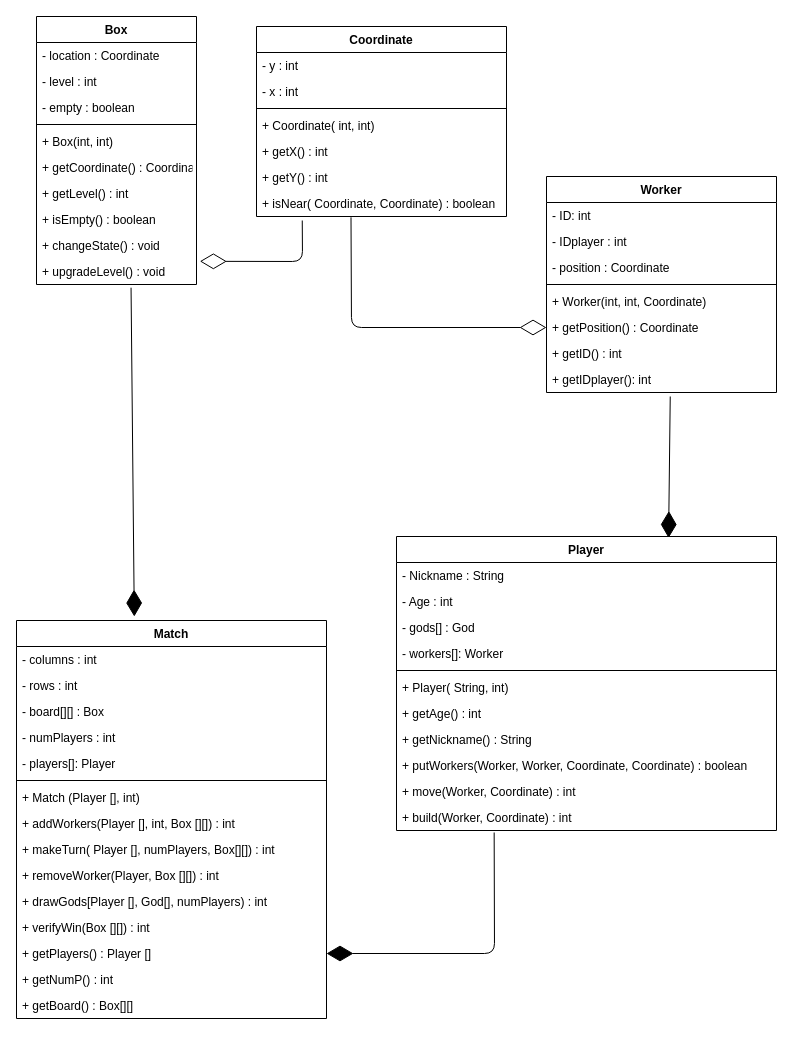
This is UMLproject.drawio from MancoCarlo/MultiplayerGame_Santorini, a draw.io file, before an edit. Source tidied: cells renumbered, new cells numbered last; positions are measured from the earlier drawing's top-left corner, leaving out a move shared by most shapes. Both pictures are drawn from the tidied source at 100%, with x=0, y=0 at pixel (16, 16).
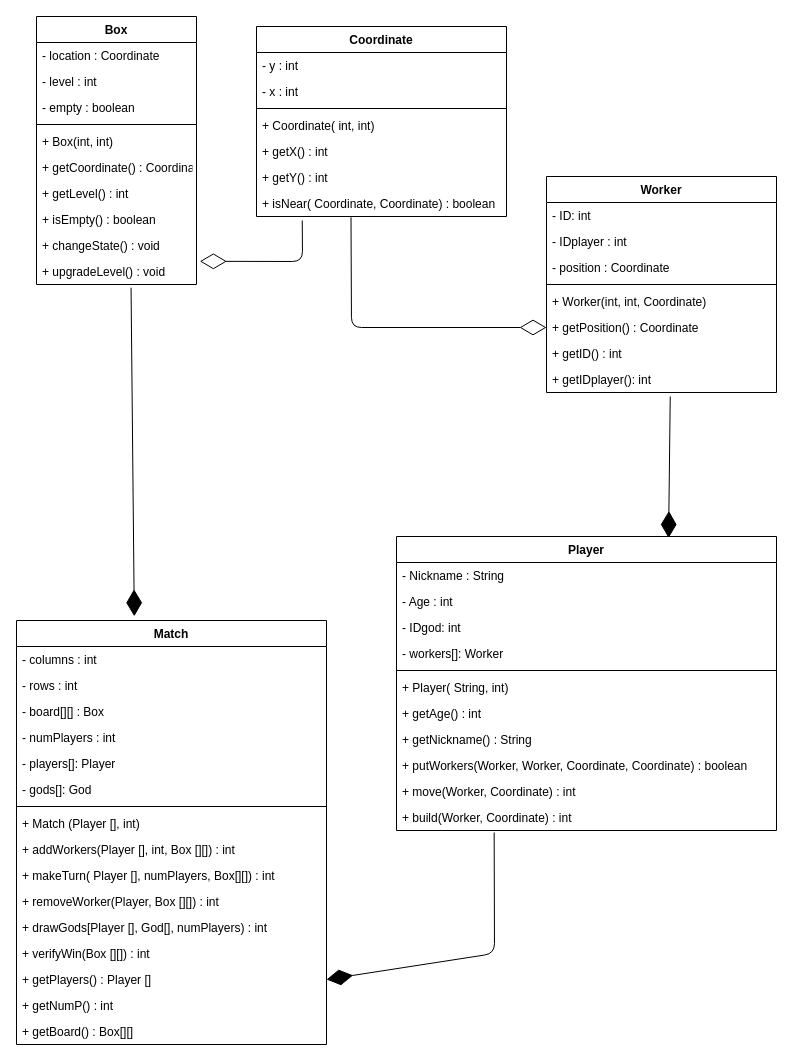
After the change.

Commit message:
Update UML model

Unchanged cells that the change refers to:
```xml
<mxCell id="51" value="Player" style="swimlane;fontStyle=1;align=center;verticalAlign=top;horizontal=1;startSize=26;fillColor=none;" parent="1" vertex="1">
  <mxGeometry x="380" y="520" width="380" height="294" as="geometry" />
</mxCell>
```

What changed in the source:
```diff
@@
     <mxCell id="35" value="Match" style="swimlane;fontStyle=1;align=center;verticalAlign=top;horizontal=1;startSize=26;fillColor=none;" parent="1" vertex="1">
-      <mxGeometry y="604" width="310" height="398" as="geometry" />
+      <mxGeometry y="604" width="310" height="424" as="geometry" />
     </mxCell>
@@
+    <mxCell id="63" value="- gods[]: God" style="text;strokeColor=none;fillColor=none;align=left;verticalAlign=top;spacingLeft=4;spacingRight=4;overflow=hidden;" parent="35" vertex="1">
+      <mxGeometry y="156" width="310" height="26" as="geometry" />
+    </mxCell>
     <mxCell id="41" style="line;strokeWidth=1;fillColor=none;align=left;verticalAlign=middle;spacingTop=-1;spacingLeft=3;spacingRight=3;labelPosition=right;" parent="35" vertex="1">
-      <mxGeometry y="156" width="310" height="8" as="geometry" />
+      <mxGeometry y="182" width="310" height="8" as="geometry" />
     </mxCell>
     <mxCell id="42" value="+ Match (Player [], int)" style="text;strokeColor=none;fillColor=none;align=left;verticalAlign=top;spacingLeft=4;spacingRight=4;overflow=hidden;" parent="35" vertex="1">
-      <mxGeometry y="164" width="310" height="26" as="geometry" />
+      <mxGeometry y="190" width="310" height="26" as="geometry" />
     </mxCell>
     <mxCell id="43" value="+ addWorkers(Player [], int, Box [][]) : int" style="text;strokeColor=none;fillColor=none;align=left;verticalAlign=top;spacingLeft=4;spacingRight=4;overflow=hidden;" parent="35" vertex="1">
-      <mxGeometry y="190" width="310" height="26" as="geometry" />
+      <mxGeometry y="216" width="310" height="26" as="geometry" />
     </mxCell>
     <mxCell id="44" value="+ makeTurn( Player [], numPlayers, Box[][]) : int  " style="text;strokeColor=none;fillColor=none;align=left;verticalAlign=top;spacingLeft=4;spacingRight=4;overflow=hidden;" parent="35" vertex="1">
-      <mxGeometry y="216" width="310" height="26" as="geometry" />
+      <mxGeometry y="242" width="310" height="26" as="geometry" />
     </mxCell>
     <mxCell id="45" value="+ removeWorker(Player, Box [][]) : int" style="text;strokeColor=none;fillColor=none;align=left;verticalAlign=top;spacingLeft=4;spacingRight=4;overflow=hidden;" parent="35" vertex="1">
-      <mxGeometry y="242" width="310" height="26" as="geometry" />
+      <mxGeometry y="268" width="310" height="26" as="geometry" />
     </mxCell>
     <mxCell id="46" value="+ drawGods[Player [], God[], numPlayers) : int" style="text;strokeColor=none;fillColor=none;align=left;verticalAlign=top;spacingLeft=4;spacingRight=4;overflow=hidden;" parent="35" vertex="1">
-      <mxGeometry y="268" width="310" height="26" as="geometry" />
+      <mxGeometry y="294" width="310" height="26" as="geometry" />
     </mxCell>
     <mxCell id="47" value="+ verifyWin(Box [][]) : int" style="text;strokeColor=none;fillColor=none;align=left;verticalAlign=top;spacingLeft=4;spacingRight=4;overflow=hidden;" parent="35" vertex="1">
-      <mxGeometry y="294" width="310" height="26" as="geometry" />
+      <mxGeometry y="320" width="310" height="26" as="geometry" />
     </mxCell>
     <mxCell id="48" value="+ getPlayers() : Player []" style="text;strokeColor=none;fillColor=none;align=left;verticalAlign=top;spacingLeft=4;spacingRight=4;overflow=hidden;points=[[0,0.5],[1,0.5]];portConstraint=eastwest;" parent="35" vertex="1">
-      <mxGeometry y="320" width="310" height="26" as="geometry" />
+      <mxGeometry y="346" width="310" height="26" as="geometry" />
     </mxCell>
     <mxCell id="49" value="+ getNumP() : int" style="text;strokeColor=none;fillColor=none;align=left;verticalAlign=top;spacingLeft=4;spacingRight=4;overflow=hidden;" parent="35" vertex="1">
-      <mxGeometry y="346" width="310" height="26" as="geometry" />
+      <mxGeometry y="372" width="310" height="26" as="geometry" />
     </mxCell>
     <mxCell id="50" value="+ getBoard() : Box[][]" style="text;strokeColor=none;fillColor=none;align=left;verticalAlign=top;spacingLeft=4;spacingRight=4;overflow=hidden;" parent="35" vertex="1">
-      <mxGeometry y="372" width="310" height="26" as="geometry" />
+      <mxGeometry y="398" width="310" height="26" as="geometry" />
     </mxCell>
@@
-    <mxCell id="54" value="- gods[] : God" style="text;strokeColor=none;fillColor=none;align=left;verticalAlign=top;spacingLeft=4;spacingRight=4;overflow=hidden;" parent="51" vertex="1">
+    <mxCell id="54" value="- IDgod: int" style="text;strokeColor=none;fillColor=none;align=left;verticalAlign=top;spacingLeft=4;spacingRight=4;overflow=hidden;" parent="51" vertex="1">
       <mxGeometry y="78" width="380" height="26" as="geometry" />
     </mxCell>
```
